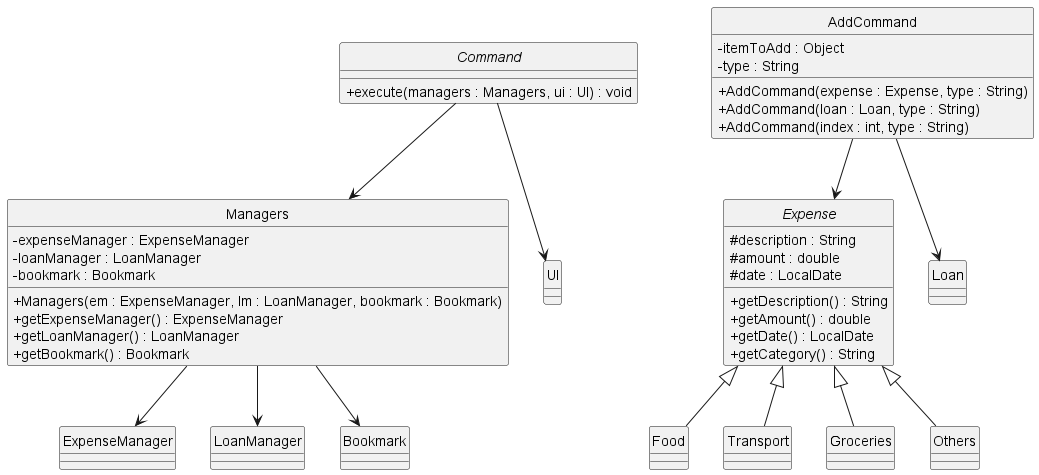
This is docs/Diagrams/ParserDependenciesDiagram.png from b0wen120/tp, a PlantUML export, as it was before one commit.
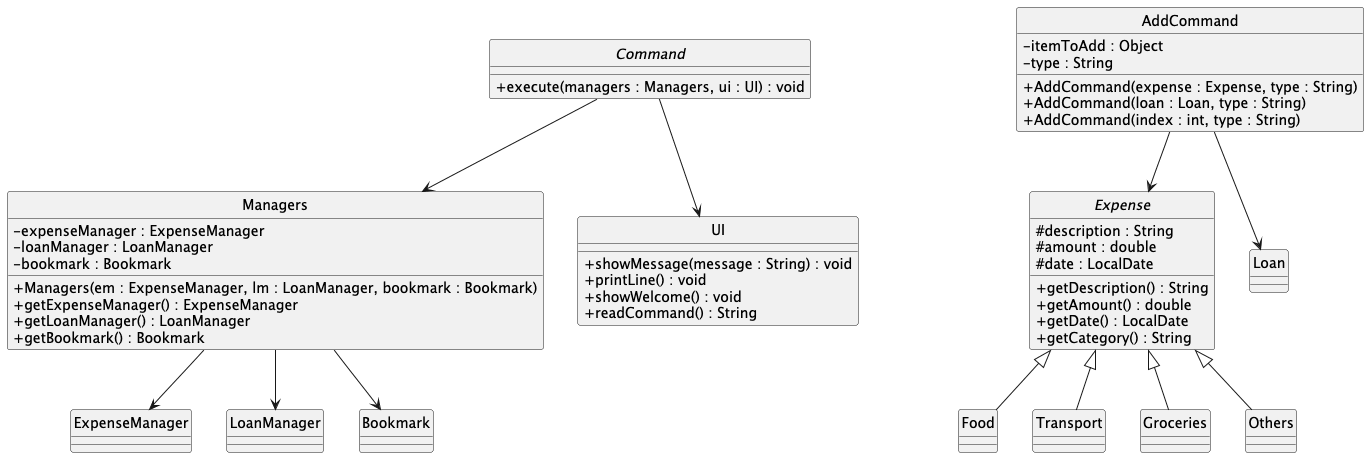
The same diagram one commit later.

Diff of the diagram source:
```diff
@@ -22,6 +22,13 @@
     + AddCommand(expense : Expense, type : String)
     + AddCommand(loan : Loan, type : String)
     + AddCommand(index : int, type : String)
+}
+
+class UI {
+    + showMessage(message : String) : void
+    + printLine() : void
+    + showWelcome() : void
+    + readCommand() : String
 }
 
 abstract class Expense {
```
